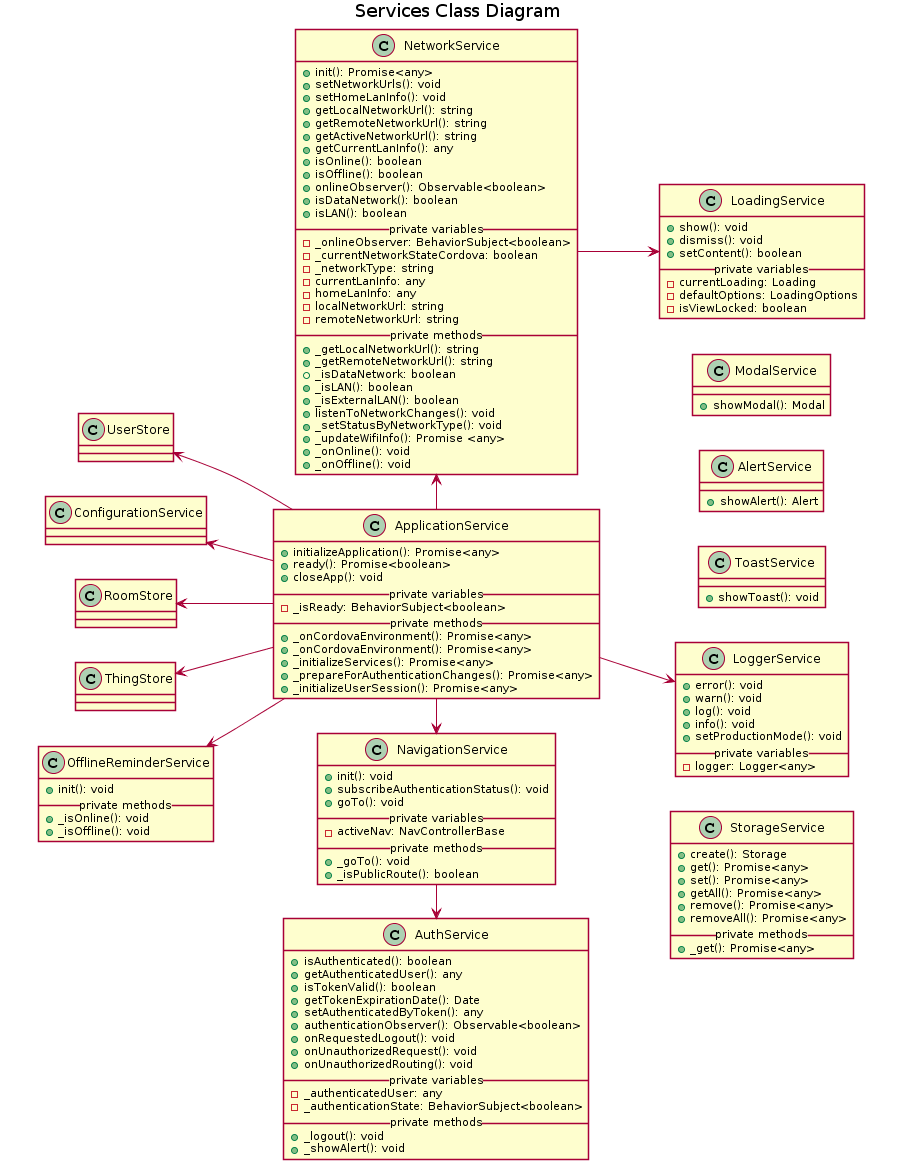
This is figures/diagrams/front/architecture/services.png from Kadaiser/Memoria-de-Trabajo-de-Fin-de-Grado, a PlantUML export, as it was before one commit. The source it was exported from:
```plantuml
@startuml
left to right direction

title Services Class Diagram

skinparam shadowing false
skinparam package<<Utils>> {
  borderColor Transparent
  backgroundColor Transparent
  fontColor Transparent
  stereotypeFontColor Transparent
}
skinparam package<<Stores>> {
  borderColor Transparent
  backgroundColor Transparent
  fontColor Transparent
  stereotypeFontColor Transparent
}

package utils <<Utils>>{
  class LoadingService {
    + show(): void
    + dismiss(): void
    + setContent(): boolean
    __ private variables __
    - currentLoading: Loading
    - defaultOptions: LoadingOptions
    - isViewLocked: boolean
  }
  class AlertService {
    + showAlert(): Alert
  }
  class ModalService {
    + showModal(): Modal
  }
  class ToastService {
    + showToast(): void
  }
  class StorageService {
    + create(): Storage
    + get(): Promise<any>
    + set(): Promise<any>
    + getAll(): Promise<any>
    + remove(): Promise<any>
    + removeAll(): Promise<any>
    __ private methods __
    + _get(): Promise<any>
  }
  class LoggerService {
    + error(): void
    + warn(): void
    + log(): void
    + info(): void
    + setProductionMode(): void
    __ private variables __
    - logger: Logger<any>
  }
}

class ApplicationService {
  + initializeApplication(): Promise<any>
  + ready(): Promise<boolean>
  + closeApp(): void
  __ private variables __
  - _isReady: BehaviorSubject<boolean>
  __ private methods __
  + _onCordovaEnvironment(): Promise<any>
  + _onCordovaEnvironment(): Promise<any>
  + _initializeServices(): Promise<any>
  + _prepareForAuthenticationChanges(): Promise<any>
  + _initializeUserSession(): Promise<any>
}

class AuthService {
  + isAuthenticated(): boolean
  + getAuthenticatedUser(): any
  + isTokenValid(): boolean
  + getTokenExpirationDate(): Date
  + setAuthenticatedByToken(): any
  + authenticationObserver(): Observable<boolean>
  + onRequestedLogout(): void
  + onUnauthorizedRequest(): void
  + onUnauthorizedRouting(): void
  __ private variables __
  - _authenticatedUser: any
  - _authenticationState: BehaviorSubject<boolean>
  __ private methods __
  + _logout(): void
  + _showAlert(): void
}

class NavigationService {
  + init(): void
  + subscribeAuthenticationStatus(): void
  + goTo(): void
  __ private variables __
  - activeNav: NavControllerBase
  __ private methods __
  + _goTo(): void
  + _isPublicRoute(): boolean
}

class NetworkService {
  + init(): Promise<any>
  + setNetworkUrls(): void
  + setHomeLanInfo(): void
  + getLocalNetworkUrl(): string
  + getRemoteNetworkUrl(): string
  + getActiveNetworkUrl(): string
  + getCurrentLanInfo(): any
  + isOnline(): boolean
  + isOffline(): boolean
  + onlineObserver(): Observable<boolean>
  + isDataNetwork(): boolean
  + isLAN(): boolean
  __ private variables __
  - _onlineObserver: BehaviorSubject<boolean>
  - _currentNetworkStateCordova: boolean
  - _networkType: string
  - currentLanInfo: any
  - homeLanInfo: any
  - localNetworkUrl: string
  - remoteNetworkUrl: string
  __ private methods __
  + _getLocalNetworkUrl(): string
  + _getRemoteNetworkUrl(): string
  + _isDataNetwork: boolean
  + _isLAN(): boolean
  + _isExternalLAN(): boolean
  + listenToNetworkChanges(): void
  + _setStatusByNetworkType(): void
  + _updateWifiInfo(): Promise <any>
  + _onOnline(): void
  + _onOffline(): void
}

package Stores <<Stores>> {
  class UserStore
  class RoomStore
  class ThingStore
  class ConfigurationService
  class OfflineReminderService {
    + init(): void
    __ private methods __
    + _isOnline(): void
    + _isOffline(): void
  }
}

UserStore <-up- ApplicationService
RoomStore <-up- ApplicationService
ThingStore <-up- ApplicationService
ConfigurationService <-left[hidden]- UserStore

OfflineReminderService <-down- ApplicationService
LoggerService <-down- ApplicationService
ConfigurationService <-down- ApplicationService
NetworkService <-left ApplicationService
NavigationService <-right- ApplicationService
AlertService <-down[hidden]- ApplicationService
AuthService <-right- NavigationService
LoadingService <-down- NetworkService
ModalService <-right[hidden]- AlertService
ToastService <-left[hidden]- AlertService
LoggerService <-left[hidden]- ToastService
@enduml
```
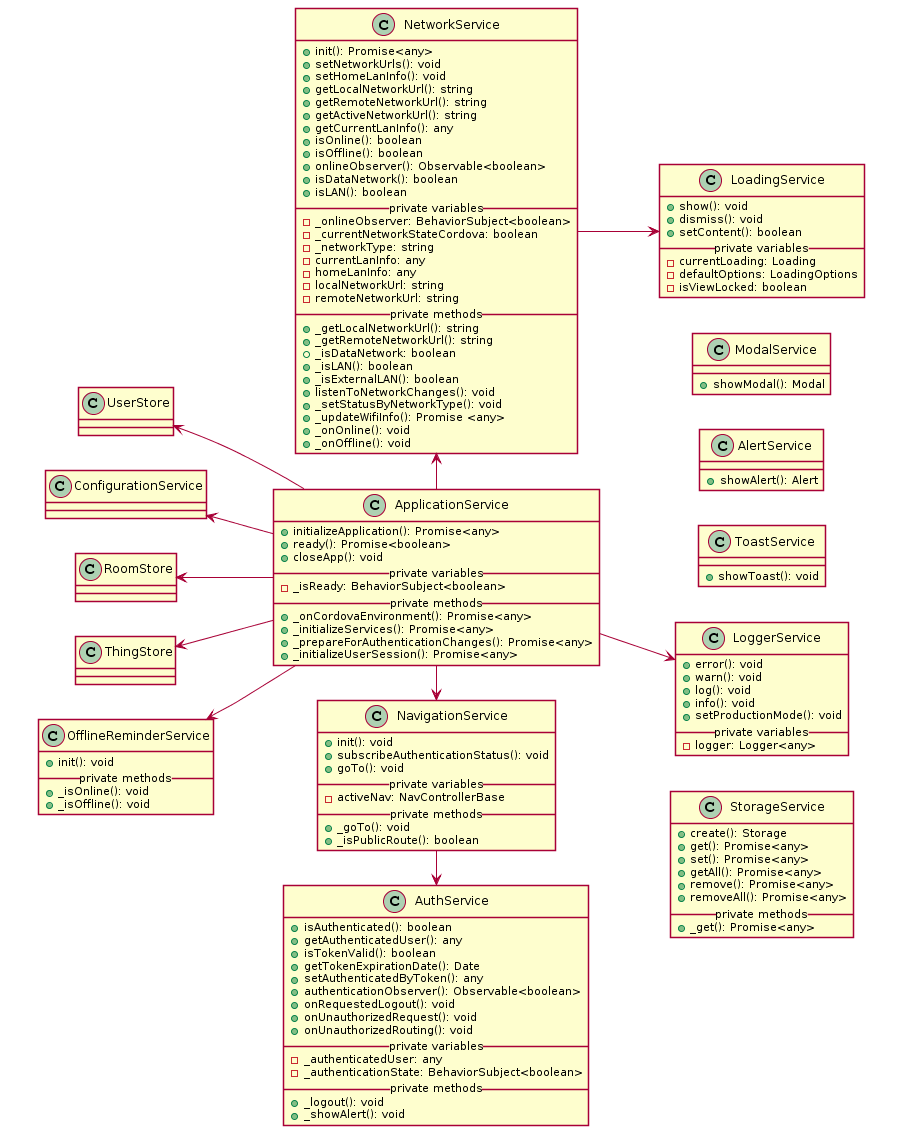
After the change.

Diff of the diagram source:
```diff
@@ -1,7 +1,5 @@
 @startuml
 left to right direction
-
-title Services Class Diagram
 
 skinparam shadowing false
 skinparam package<<Utils>> {
@@ -64,7 +62,6 @@
   __ private variables __
   - _isReady: BehaviorSubject<boolean>
   __ private methods __
-  + _onCordovaEnvironment(): Promise<any>
   + _onCordovaEnvironment(): Promise<any>
   + _initializeServices(): Promise<any>
   + _prepareForAuthenticationChanges(): Promise<any>
```
